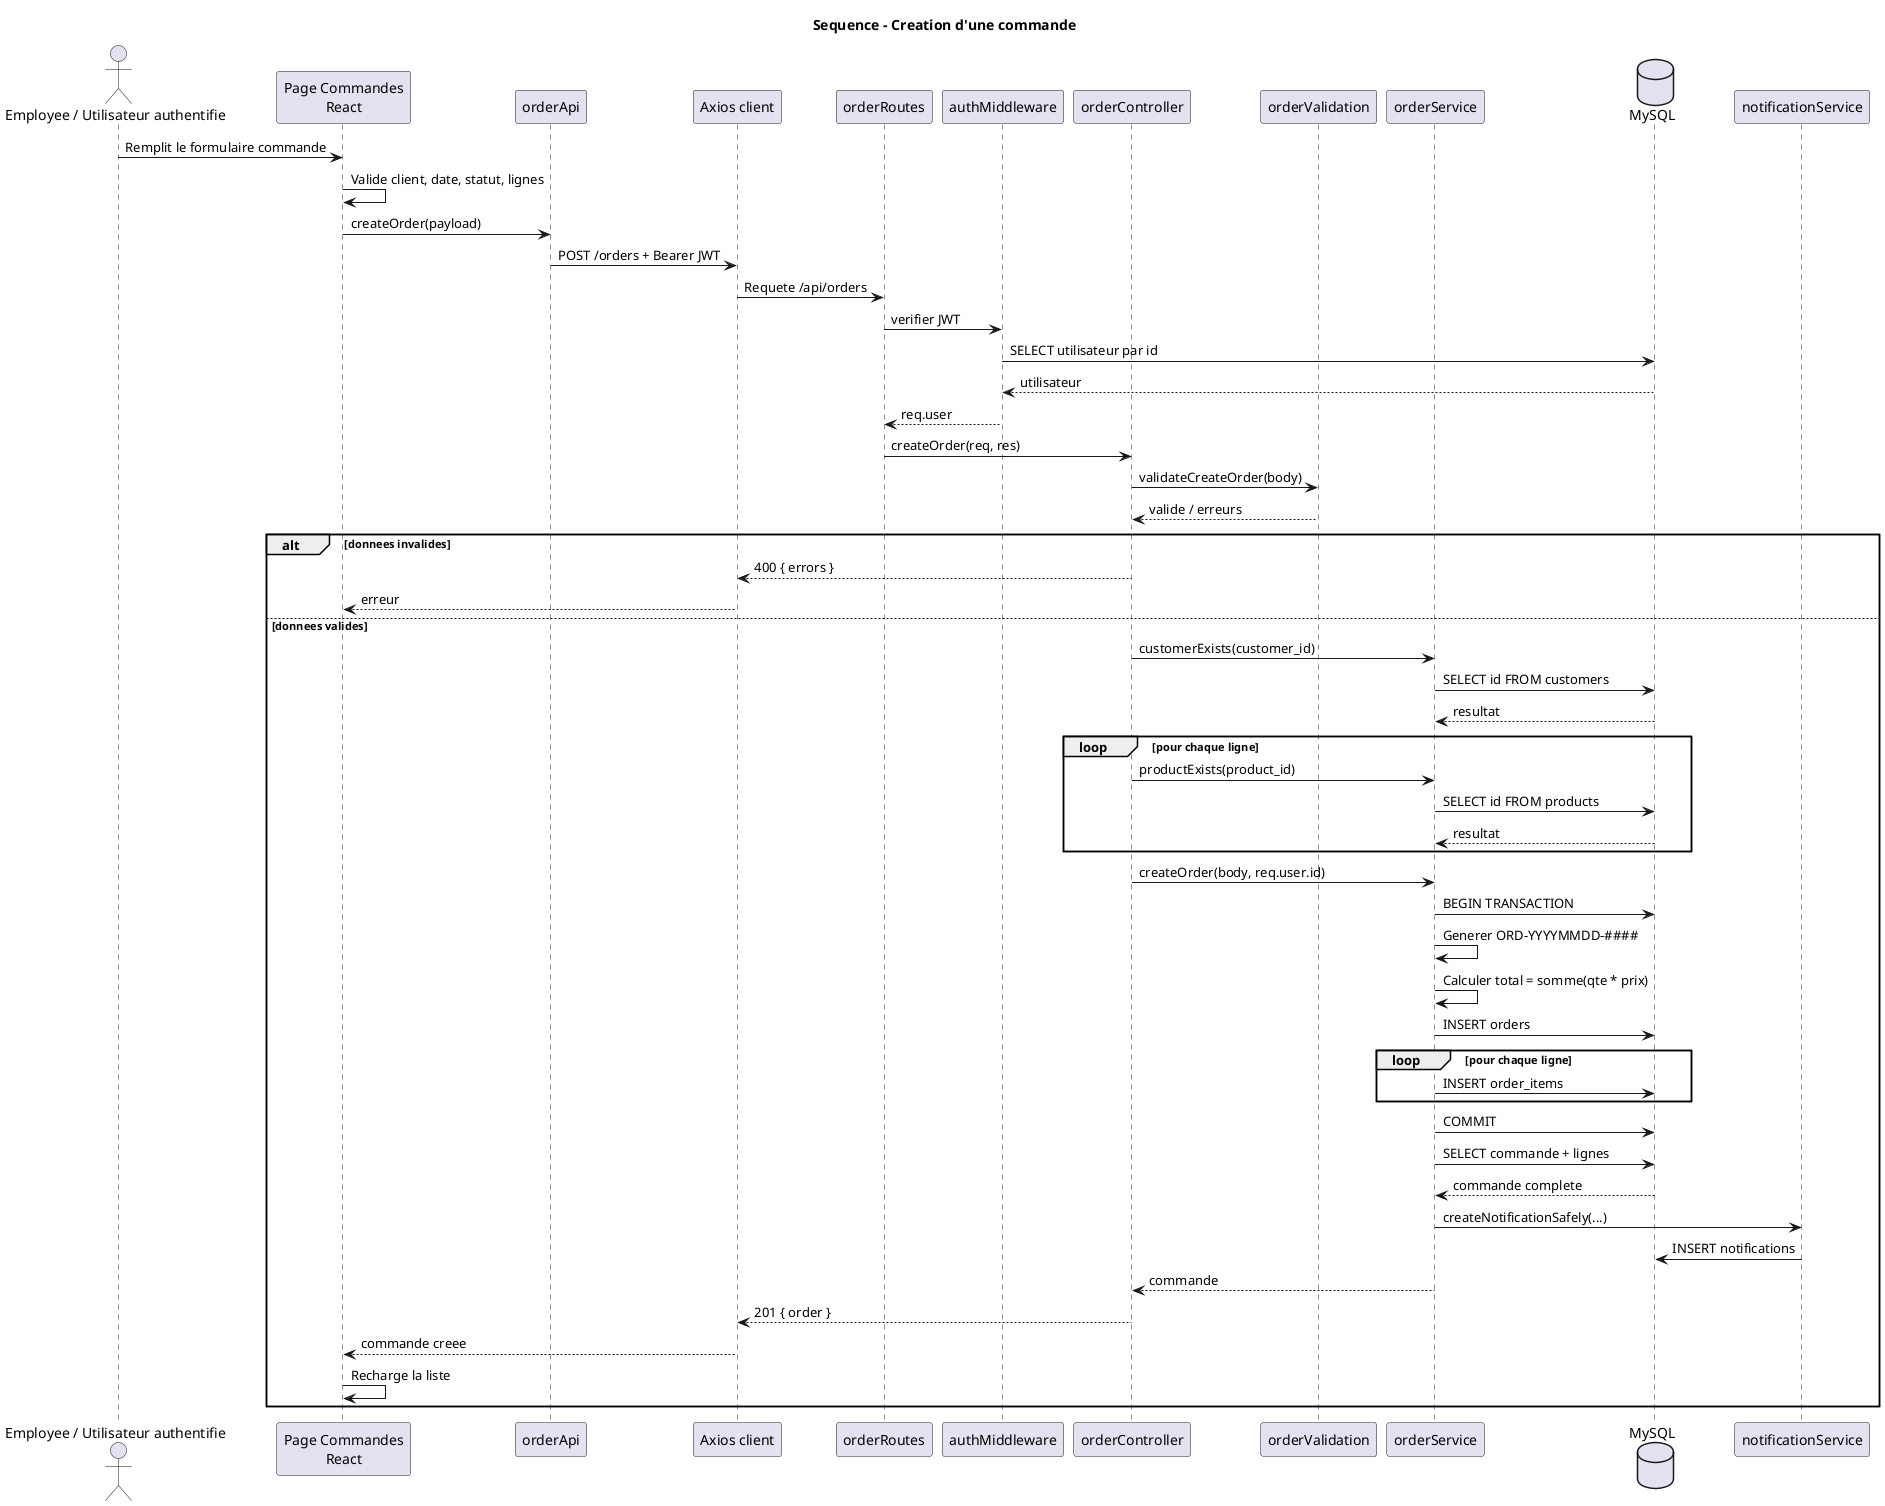
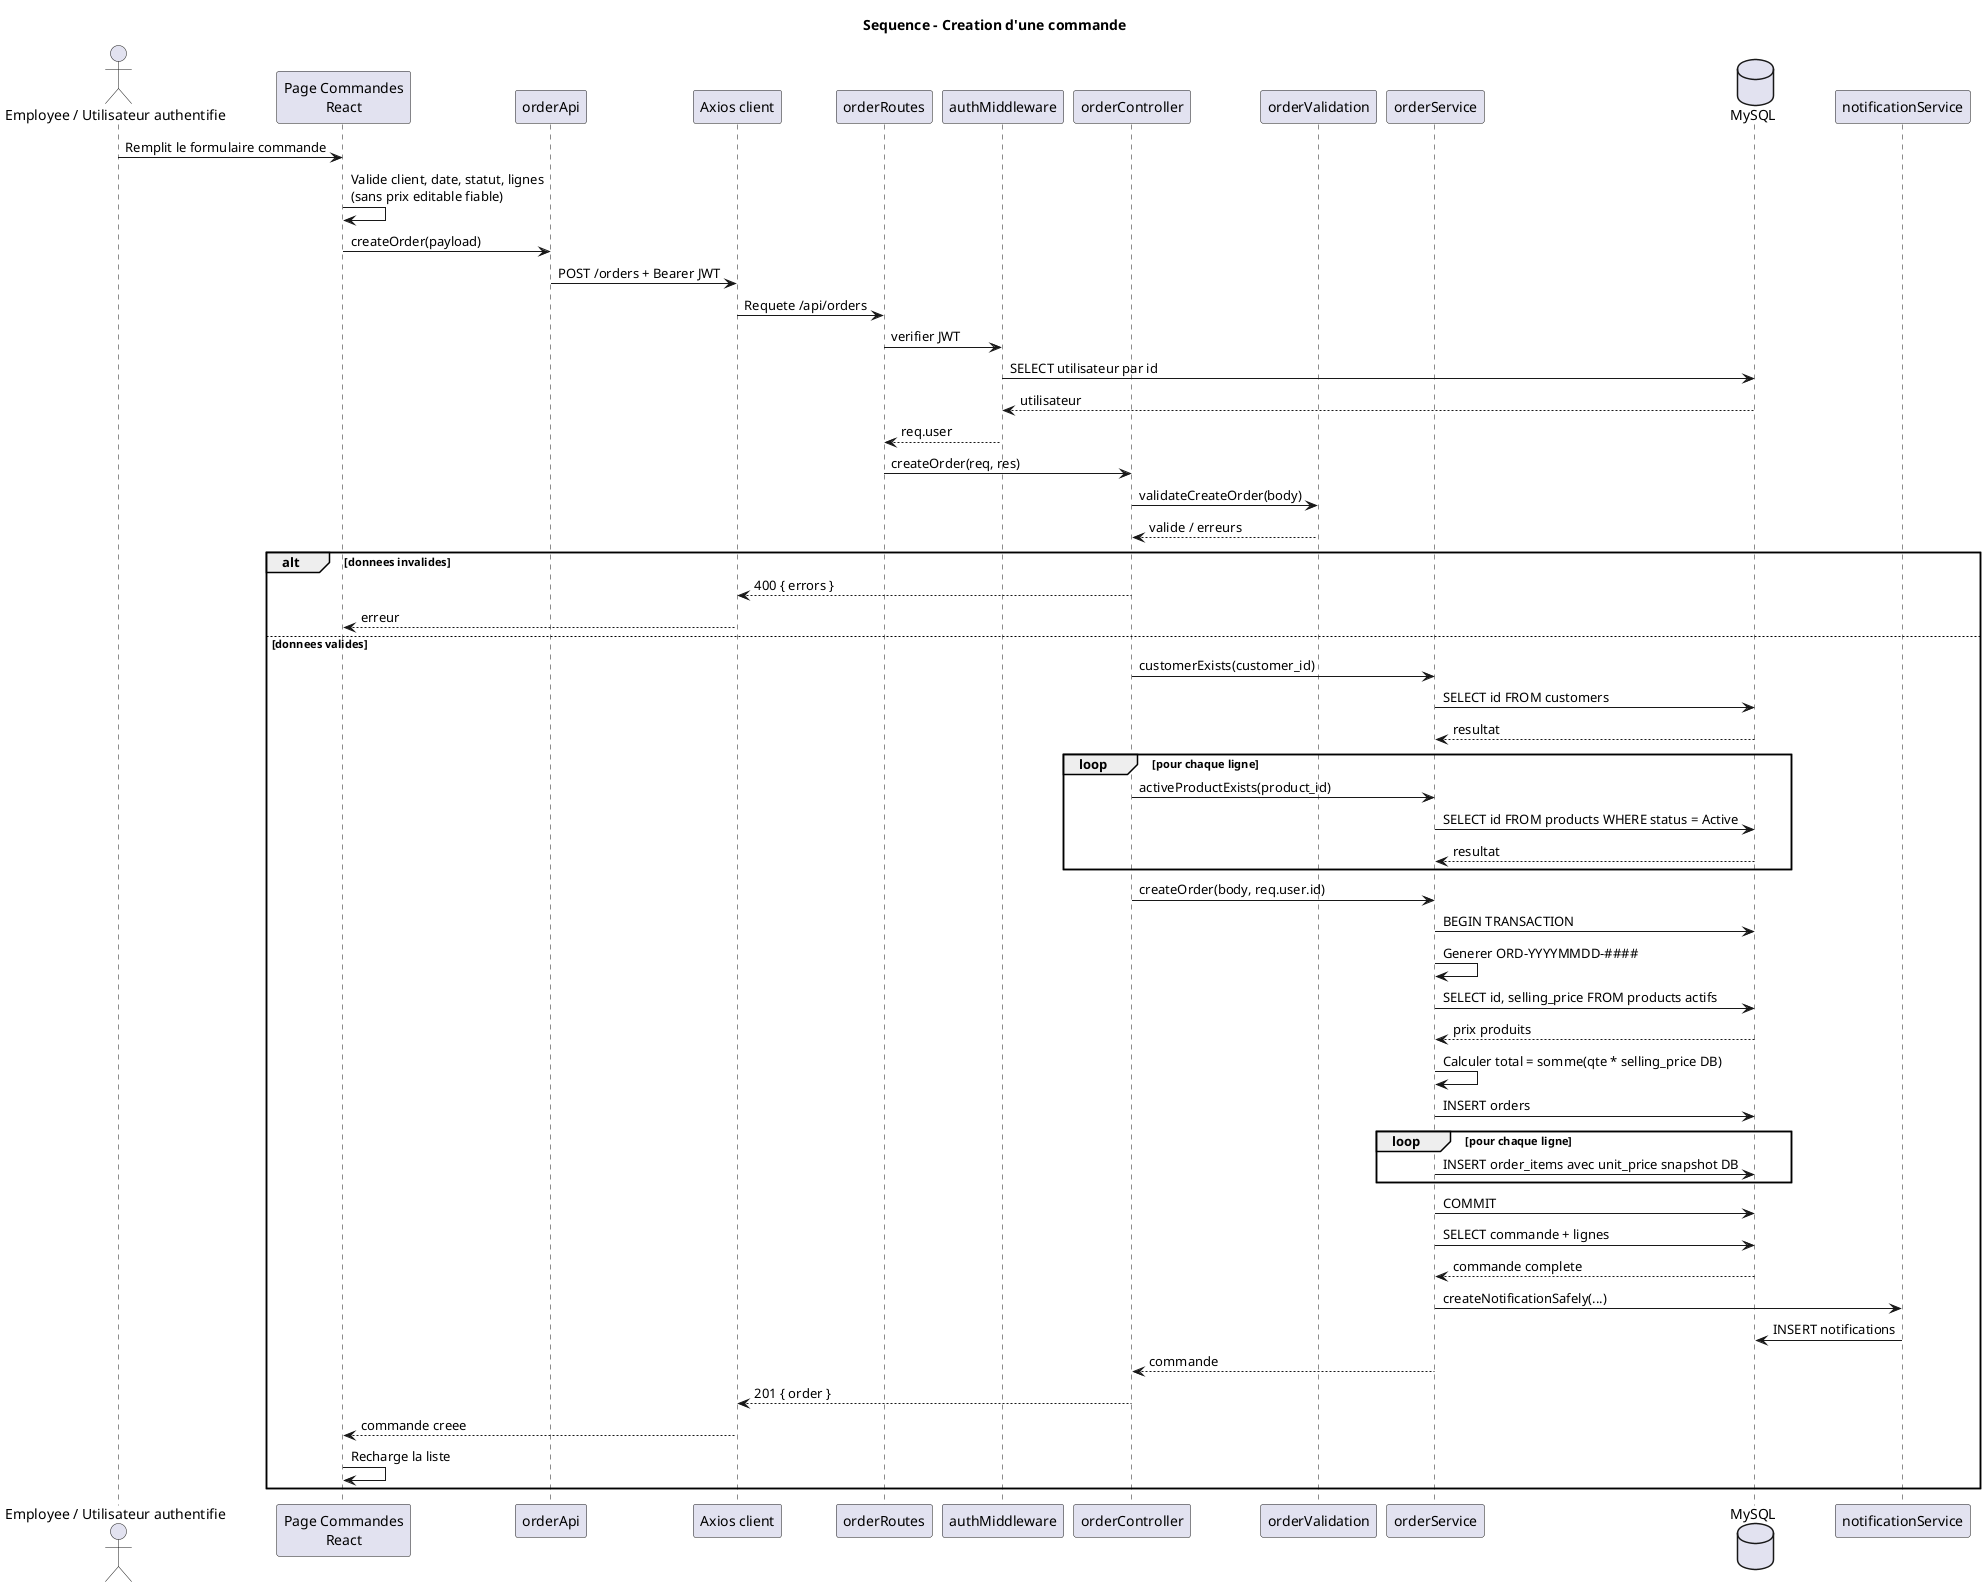
@startuml
title Sequence - Creation d'une commande
actor "Employee / Utilisateur authentifie" as U
participant "Page Commandes\nReact" as Page
participant "orderApi" as Api
participant "Axios client" as Axios
participant "orderRoutes" as Routes
participant "authMiddleware" as Auth
participant "orderController" as Controller
participant "orderValidation" as Validation
participant "orderService" as Service
database "MySQL" as DB
participant "notificationService" as Notif

U -> Page : Remplit le formulaire commande
- Page -> Page : Valide client, date, statut, lignes
+ Page -> Page : Valide client, date, statut, lignes\n(sans prix editable fiable)
Page -> Api : createOrder(payload)
Api -> Axios : POST /orders + Bearer JWT
Axios -> Routes : Requete /api/orders
Routes -> Auth : verifier JWT
Auth -> DB : SELECT utilisateur par id
DB --> Auth : utilisateur
Auth --> Routes : req.user
Routes -> Controller : createOrder(req, res)
Controller -> Validation : validateCreateOrder(body)
Validation --> Controller : valide / erreurs

alt donnees invalides
  Controller --> Axios : 400 { errors }
  Axios --> Page : erreur
else donnees valides
  Controller -> Service : customerExists(customer_id)
  Service -> DB : SELECT id FROM customers
  DB --> Service : resultat
  loop pour chaque ligne
-     Controller -> Service : productExists(product_id)
-     Service -> DB : SELECT id FROM products
+     Controller -> Service : activeProductExists(product_id)
+     Service -> DB : SELECT id FROM products WHERE status = Active
    DB --> Service : resultat
  end
  Controller -> Service : createOrder(body, req.user.id)
  Service -> DB : BEGIN TRANSACTION
  Service -> Service : Generer ORD-YYYYMMDD-####
-   Service -> Service : Calculer total = somme(qte * prix)
+   Service -> DB : SELECT id, selling_price FROM products actifs
+   DB --> Service : prix produits
+   Service -> Service : Calculer total = somme(qte * selling_price DB)
  Service -> DB : INSERT orders
  loop pour chaque ligne
-     Service -> DB : INSERT order_items
+     Service -> DB : INSERT order_items avec unit_price snapshot DB
  end
  Service -> DB : COMMIT
  Service -> DB : SELECT commande + lignes
  DB --> Service : commande complete
  Service -> Notif : createNotificationSafely(...)
  Notif -> DB : INSERT notifications
  Service --> Controller : commande
  Controller --> Axios : 201 { order }
  Axios --> Page : commande creee
  Page -> Page : Recharge la liste
end
@enduml
